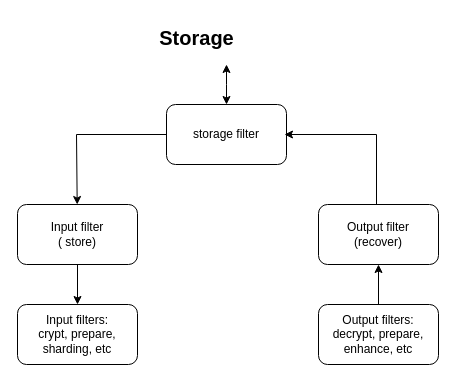
EricMeallier/DocumentStorage keeps this draw.io diagram as page "DataStorageFilter" (2 of 2) of DocumentStorage.drawio. Above is the earlier version. Source tidied: cells renumbered, new cells numbered last; positions are measured from the earlier drawing's top-left corner, leaving out a move shared by most shapes. Both pictures are drawn from the tidied source at 100%, with x=0, y=0 at pixel (17, 17).
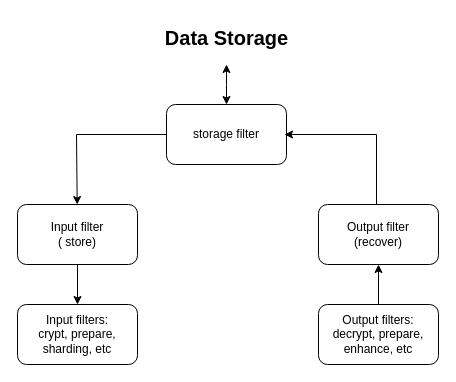
The same diagram, later.

Change to the diagram source:
```diff
@@
 <mxGraphModel>
   <root>
     <mxCell id="0" />
     <mxCell id="1" parent="0" />
     <mxCell id="2" style="edgeStyle=orthogonalEdgeStyle;rounded=0;jettySize=auto;html=1;endArrow=classic;endFill=1;startArrow=classic;startFill=1;" parent="1" edge="1" source="3">
       <mxGeometry relative="1" as="geometry">
         <mxPoint x="209" y="47" as="targetPoint" />
       </mxGeometry>
     </mxCell>
     <mxCell id="3" value="storage filter" style="rounded=1;whiteSpace=wrap;html=1;" parent="1" vertex="1">
       <mxGeometry x="149" y="87" width="120" height="60" as="geometry" />
     </mxCell>
-    <mxCell id="4" value="&lt;font style=&quot;font-size: 20px;&quot;&gt;&lt;b&gt;Storage&lt;/b&gt;&lt;/font&gt;" style="text;html=1;align=center;verticalAlign=middle;strokeColor=none;fillColor=none;" parent="1" vertex="1">
-      <mxGeometry x="129" width="100" height="40" as="geometry" />
+    <mxCell id="4" value="&lt;font style=&quot;font-size: 20px;&quot;&gt;&lt;b&gt;Data Storage&lt;/b&gt;&lt;/font&gt;" style="text;html=1;align=center;verticalAlign=middle;strokeColor=none;fillColor=none;" parent="1" vertex="1">
+      <mxGeometry x="134" width="150" height="40" as="geometry" />
     </mxCell>
     <mxCell id="5" style="edgeStyle=orthogonalEdgeStyle;rounded=0;jettySize=auto;html=1;" parent="1" edge="1" source="6" target="9">
       <mxGeometry relative="1" as="geometry" />
     </mxCell>
     <mxCell id="6" value="Input filter&lt;br&gt;( store)" style="rounded=1;whiteSpace=wrap;html=1;" parent="1" vertex="1">
       <mxGeometry y="187" width="120" height="60" as="geometry" />
     </mxCell>
     <mxCell id="7" style="edgeStyle=orthogonalEdgeStyle;rounded=0;orthogonalLoop=1;jettySize=auto;html=1;entryX=1;entryY=0.5;entryDx=0;entryDy=0;exitX=0.5;exitY=0;exitDx=0;exitDy=0;" parent="1" edge="1">
       <mxGeometry relative="1" as="geometry">
         <mxPoint x="359" y="187" as="sourcePoint" />
         <mxPoint x="267" y="117" as="targetPoint" />
         <Array as="points">
           <mxPoint x="359" y="117" />
         </Array>
       </mxGeometry>
     </mxCell>
     <mxCell id="8" value="Output filter&lt;br&gt;(recover)" style="rounded=1;whiteSpace=wrap;html=1;" parent="1" vertex="1">
       <mxGeometry x="301" y="187" width="120" height="60" as="geometry" />
     </mxCell>
     <mxCell id="9" value="Input filters:&lt;br&gt;crypt, prepare, sharding, etc" style="rounded=1;whiteSpace=wrap;html=1;" parent="1" vertex="1">
       <mxGeometry y="287" width="120" height="60" as="geometry" />
     </mxCell>
     <mxCell id="10" style="edgeStyle=orthogonalEdgeStyle;rounded=0;jettySize=auto;html=1;entryX=0.5;entryY=1;entryDx=0;entryDy=0;" parent="1" edge="1" source="11" target="8">
       <mxGeometry relative="1" as="geometry" />
     </mxCell>
     <mxCell id="11" value="Output filters:&lt;br&gt;decrypt, prepare, enhance, etc" style="rounded=1;whiteSpace=wrap;html=1;" parent="1" vertex="1">
       <mxGeometry x="301" y="287" width="120" height="60" as="geometry" />
     </mxCell>
     <mxCell id="12" style="endArrow=classic;html=1;rounded=0;exitX=0;exitY=0.5;exitDx=0;exitDy=0;" parent="1" edge="1" source="3" target="6">
       <mxGeometry relative="1" as="geometry">
         <Array as="points">
           <mxPoint x="59" y="117" />
         </Array>
       </mxGeometry>
     </mxCell>
   </root>
 </mxGraphModel>
```
